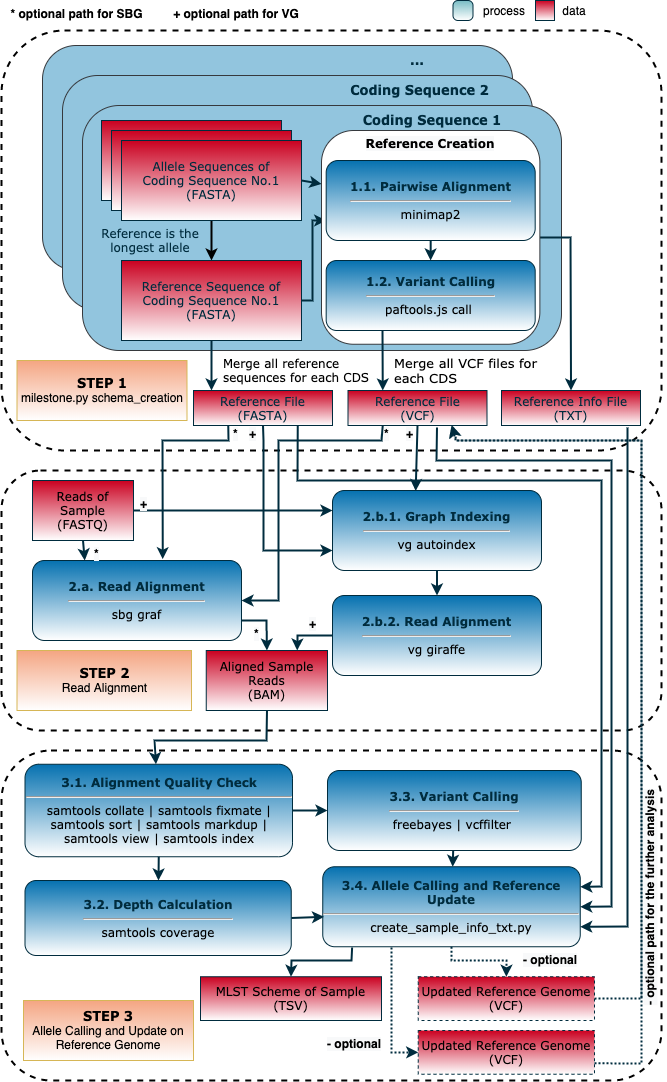
fatmakahveci/milestone keeps this draw.io diagram as images/milestone_ug_workflow.png. Above is the earlier version. Source tidied: cells renumbered, new cells last; positions are measured from the earlier drawing's top-left corner, leaving out a move shared by most shapes.
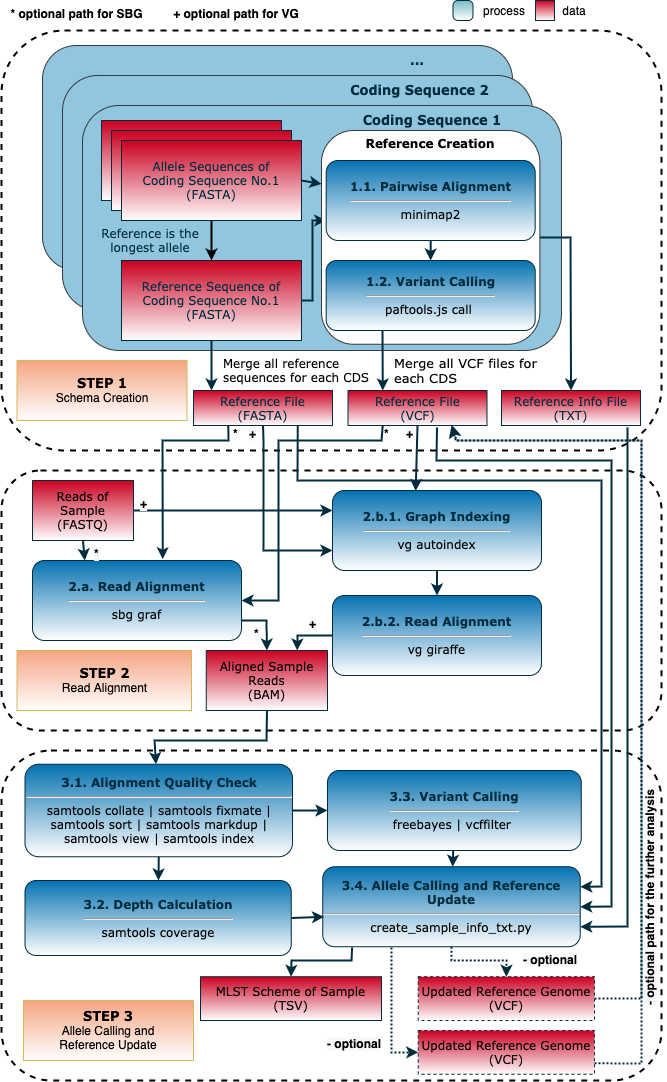
The same file after the commit.

What changed in the source:
```diff
@@ -70,7 +70,7 @@
     <mxCell id="22" value="Reference is the&lt;br&gt;longest allele" style="text;html=1;strokeColor=none;fillColor=none;align=center;verticalAlign=middle;whiteSpace=wrap;rounded=0;fontColor=#002C3E;fontFamily=Verdana;" parent="1" vertex="1">
       <mxGeometry x="81" y="182.5" width="135.5" height="115" as="geometry" />
     </mxCell>
-    <mxCell id="23" value="&lt;span style=&quot;font-family: &amp;#34;verdana&amp;#34; ; font-size: 13px ; font-weight: 700&quot;&gt;STEP 1&lt;br&gt;&lt;/span&gt;milestone.py schema_creation" style="text;html=1;strokeColor=#d6b656;fillColor=#F4A582;align=center;verticalAlign=middle;whiteSpace=wrap;rounded=0;gradientColor=#ffffff;" parent="1" vertex="1">
+    <mxCell id="23" value="&lt;span style=&quot;font-family: &amp;#34;verdana&amp;#34; ; font-size: 13px ; font-weight: 700&quot;&gt;STEP 1&lt;br&gt;&lt;/span&gt;Schema Creation" style="text;html=1;strokeColor=#d6b656;fillColor=#F4A582;align=center;verticalAlign=middle;whiteSpace=wrap;rounded=0;gradientColor=#ffffff;" parent="1" vertex="1">
       <mxGeometry x="15.5" y="360" width="170" height="60" as="geometry" />
     </mxCell>
     <mxCell id="24" value="&lt;span style=&quot;font-size: 13px ; font-style: normal ; letter-spacing: normal ; text-indent: 0px ; text-transform: none ; word-spacing: 0px&quot;&gt;Merge all VCF files&lt;/span&gt;&lt;span style=&quot;font-size: 13px ; font-style: normal ; letter-spacing: normal ; text-indent: 0px ; text-transform: none ; word-spacing: 0px&quot;&gt;&amp;nbsp;for each CDS&lt;/span&gt;" style="text;whiteSpace=wrap;html=1;fontStyle=0;align=left;fontFamily=Verdana;verticalAlign=middle;fontColor=#000000;labelBackgroundColor=none;" parent="1" vertex="1">
@@ -118,7 +118,7 @@
     <mxCell id="38" style="endArrow=classic;html=1;strokeColor=#002C3E;strokeWidth=2;shadow=0;rounded=0;fontFamily=Verdana;" parent="1" edge="1" source="28" target="27">
       <mxGeometry relative="1" as="geometry" />
     </mxCell>
-    <mxCell id="39" value="&lt;span style=&quot;font-family: &amp;#34;verdana&amp;#34; ; font-size: 13px ; font-weight: 700&quot;&gt;STEP 3&lt;br&gt;&lt;/span&gt;Allele Calling and Update on Reference Genome" style="text;html=1;strokeColor=#d6b656;fillColor=#F4A582;align=center;verticalAlign=middle;whiteSpace=wrap;rounded=0;gradientColor=#ffffff;" parent="1" vertex="1">
+    <mxCell id="39" value="&lt;span style=&quot;font-family: &amp;#34;verdana&amp;#34; ; font-size: 13px ; font-weight: 700&quot;&gt;STEP 3&lt;br&gt;&lt;/span&gt;Allele Calling and&lt;br&gt;Reference Update" style="text;html=1;strokeColor=#d6b656;fillColor=#F4A582;align=center;verticalAlign=middle;whiteSpace=wrap;rounded=0;gradientColor=#ffffff;" parent="1" vertex="1">
       <mxGeometry x="22" y="1000" width="170" height="60" as="geometry" />
     </mxCell>
     <mxCell id="40" value="&lt;span style=&quot;font-family: &amp;#34;verdana&amp;#34; ; font-size: 13px ; font-weight: 700&quot;&gt;STEP 2&lt;br&gt;&lt;/span&gt;Read Alignment" style="text;html=1;strokeColor=#d6b656;fillColor=#F4A582;align=center;verticalAlign=middle;whiteSpace=wrap;rounded=0;gradientColor=#ffffff;" parent="1" vertex="1">
```
